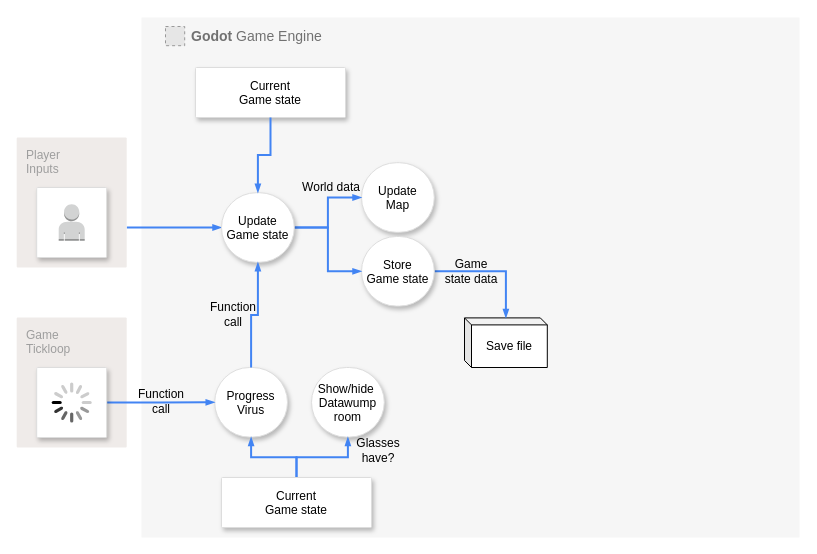
This is doc/dfd_zero.drawio from ffernn-dev/wumpus, a draw.io file, before an edit. Source tidied: cells renumbered, new cells numbered last; positions are measured from the earlier drawing's top-left corner, leaving out a move shared by most shapes. Both pictures are drawn from the tidied source at 100%, with x=0, y=0 at pixel (16, 17). Pictures stored in the file or linked from it are replaced by grey dashed boxes.
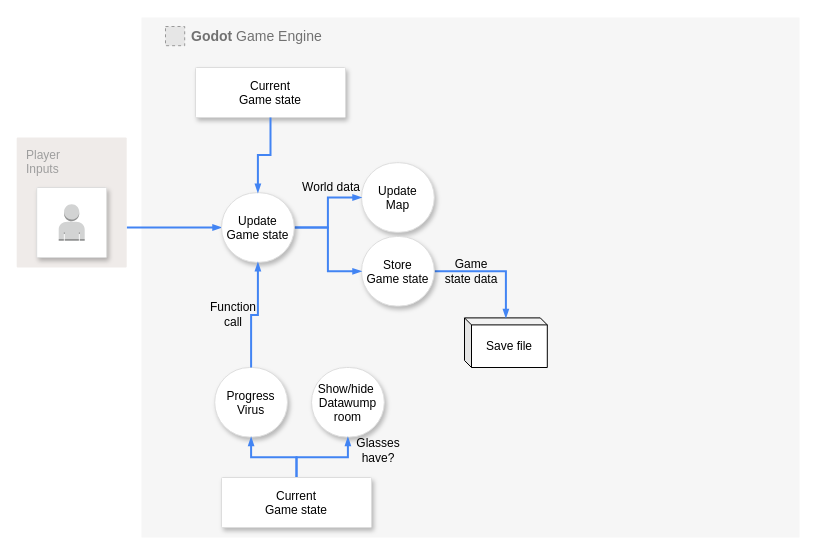
The same diagram, later.

The change refers to these unchanged cells:
```xml
<mxCell id="2" value="&lt;b&gt;Godot&amp;nbsp;&lt;/b&gt;Game Engine" style="fillColor=#F6F6F6;strokeColor=none;shadow=0;gradientColor=none;fontSize=14;align=left;spacing=10;fontColor=#717171;9E9E9E;verticalAlign=top;spacingTop=-4;fontStyle=0;spacingLeft=40;html=1;" parent="1" vertex="1">
  <mxGeometry x="125" width="658" height="520" as="geometry" />
</mxCell>
<mxCell id="5" value="Progress&#10;Virus" style="strokeColor=#dddddd;shadow=1;strokeWidth=1;rounded=1;absoluteArcSize=1;arcSize=130;" parent="2" vertex="1">
  <mxGeometry x="73.2" y="350" width="72.8" height="69.6" as="geometry" />
</mxCell>
```

Change to the diagram source:
```diff
@@
-    <mxCell id="14" value="Function call" style="text;html=1;align=center;verticalAlign=middle;whiteSpace=wrap;rounded=0;fontFamily=Helvetica;fontSize=12;fontColor=default;labelBackgroundColor=none;" parent="2" vertex="1">
-      <mxGeometry x="-10" y="369" width="60" height="30" as="geometry" />
-    </mxCell>
@@
-    <mxCell id="26" value="Game&lt;div&gt;Tickloop&lt;/div&gt;" style="rounded=1;absoluteArcSize=1;arcSize=2;html=1;strokeColor=none;gradientColor=none;shadow=0;dashed=0;fontSize=12;fontColor=#9E9E9E;align=left;verticalAlign=top;spacing=10;spacingTop=-4;fillColor=#EFEBE9;" parent="1" vertex="1">
-      <mxGeometry x="0.2" y="300" width="110" height="130" as="geometry" />
-    </mxCell>
-    <mxCell id="27" style="edgeStyle=orthogonalEdgeStyle;rounded=0;jettySize=auto;html=1;entryX=0;entryY=0.5;entryDx=0;entryDy=0;dashed=0;strokeColor=#4284F3;strokeWidth=2;align=center;verticalAlign=middle;fontFamily=Helvetica;fontSize=12;fontColor=default;labelBackgroundColor=none;startArrow=none;startFill=0;startSize=4;endArrow=blockThin;endFill=1;endSize=4;" parent="1" edge="1" source="28" target="5">
-      <mxGeometry relative="1" as="geometry" />
-    </mxCell>
-    <mxCell id="28" style="strokeColor=#dddddd;fillColor=#ffffff;shadow=1;strokeWidth=1;rounded=1;absoluteArcSize=1;arcSize=2;labelPosition=center;verticalLabelPosition=middle;align=center;verticalAlign=bottom;spacingLeft=0;fontColor=#999999;fontSize=12;whiteSpace=wrap;spacingBottom=2;html=1;glass=0;" parent="1" vertex="1">
-      <mxGeometry x="20.2" y="350" width="70" height="70" as="geometry" />
-    </mxCell>
-    <mxCell id="29" style="html=1;verticalLabelPosition=bottom;labelBackgroundColor=#ffffff;verticalAlign=top;shadow=0;dashed=0;strokeWidth=2;shape=mxgraph.ios7.misc.loading_circle;fontFamily=Helvetica;fontSize=12;fontColor=default;" parent="1" vertex="1">
-      <mxGeometry x="35.2" y="365" width="40" height="40" as="geometry" />
-    </mxCell>
```
